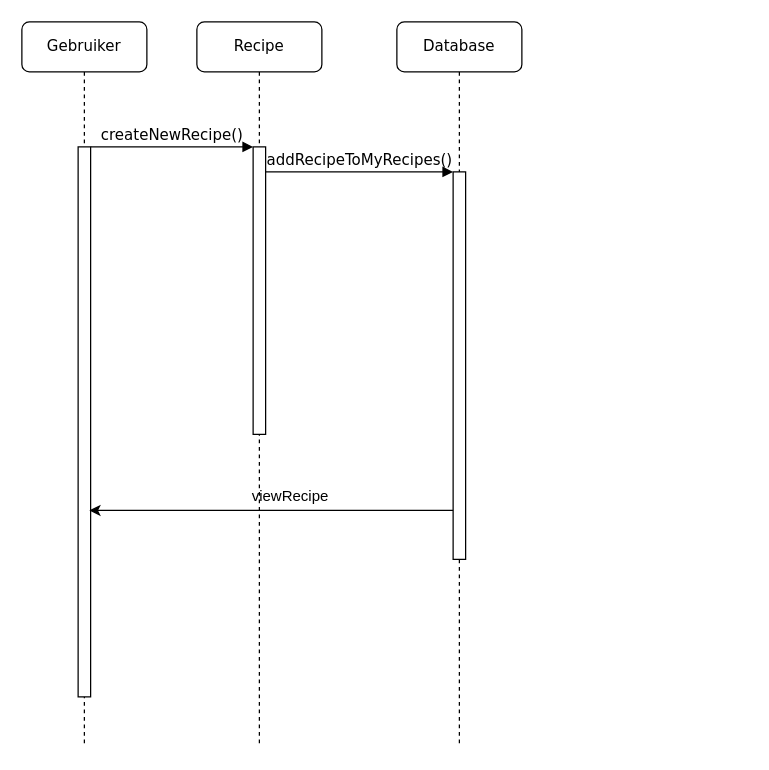
This is sequenc Diagram.drawio from levibroeksma/NOVI-FullStackEndAssignment, a draw.io file, before an edit. Source tidied: cells renumbered, new cells numbered last; positions are measured from the earlier drawing's top-left corner, leaving out a move shared by most shapes. Both pictures are drawn from the tidied source at 125%, with x=0, y=0 at pixel (21, 21).
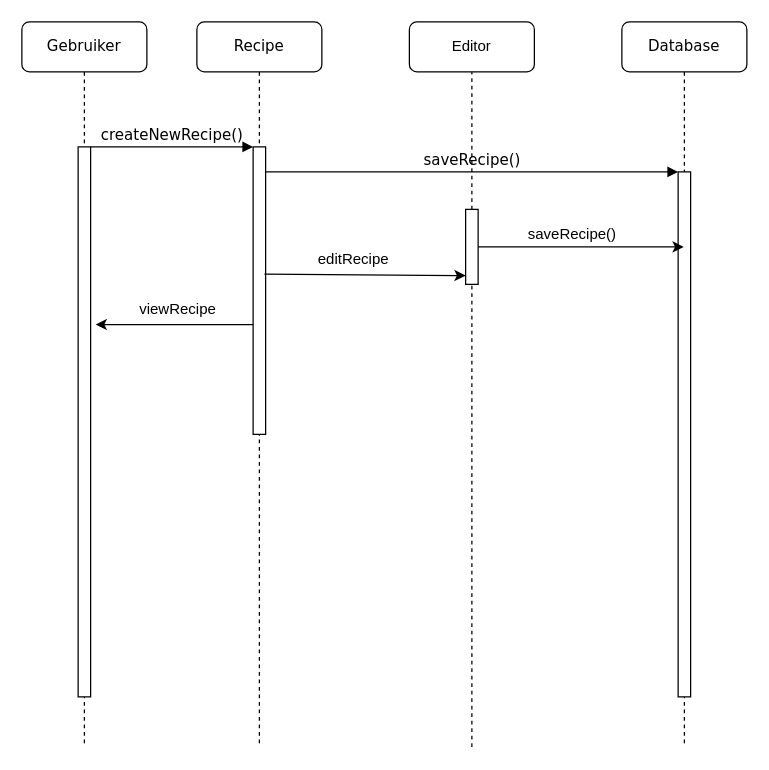
The same page after the edit.

Unchanged cells that the change refers to:
```xml
<mxCell id="3" style="html=1;points=[];perimeter=orthogonalPerimeter;rounded=0;shadow=0;comic=0;labelBackgroundColor=none;strokeWidth=1;fontFamily=Verdana;fontSize=12;align=center;" parent="2" vertex="1">
  <mxGeometry x="45" y="100" width="10" height="230" as="geometry" />
</mxCell>
<mxCell id="7" style="html=1;points=[];perimeter=orthogonalPerimeter;rounded=0;shadow=0;comic=0;labelBackgroundColor=none;strokeWidth=1;fontFamily=Verdana;fontSize=12;align=center;" parent="6" vertex="1">
  <mxGeometry x="45" y="100" width="10" height="440" as="geometry" />
</mxCell>
```

Diff of the diagram source:
```diff
@@
     <mxCell id="4" value="Database" style="shape=umlLifeline;perimeter=lifelinePerimeter;whiteSpace=wrap;html=1;outlineConnect=0;rounded=1;shadow=0;comic=0;labelBackgroundColor=none;strokeWidth=1;fontFamily=Verdana;fontSize=12;align=center;" parent="1" vertex="1">
-      <mxGeometry x="300" width="100" height="580" as="geometry" />
+      <mxGeometry x="480" width="100" height="580" as="geometry" />
     </mxCell>
     <mxCell id="5" style="html=1;points=[];perimeter=orthogonalPerimeter;rounded=0;shadow=0;comic=0;labelBackgroundColor=none;strokeWidth=1;fontFamily=Verdana;fontSize=12;align=center;" parent="4" vertex="1">
-      <mxGeometry x="45" y="120" width="10" height="310" as="geometry" />
+      <mxGeometry x="45" y="120" width="10" height="420" as="geometry" />
     </mxCell>
@@
-    <mxCell id="9" value="addRecipeToMyRecipes()" style="html=1;verticalAlign=bottom;endArrow=block;entryX=0;entryY=0;labelBackgroundColor=none;fontFamily=Verdana;fontSize=12;edgeStyle=elbowEdgeStyle;elbow=vertical;" parent="1" edge="1" source="3" target="5">
+    <mxCell id="9" value="saveRecipe()" style="html=1;verticalAlign=bottom;endArrow=block;entryX=0;entryY=0;labelBackgroundColor=none;fontFamily=Verdana;fontSize=12;edgeStyle=elbowEdgeStyle;elbow=vertical;" parent="1" edge="1" source="3" target="5">
       <mxGeometry relative="1" as="geometry" />
     </mxCell>
-    <mxCell id="10" style="endArrow=classic;html=1;entryX=0.9;entryY=0.661;entryDx=0;entryDy=0;entryPerimeter=0;" parent="1" edge="1" source="5" target="7">
+    <mxCell id="10" style="endArrow=classic;html=1;entryX=1.4;entryY=0.323;entryDx=0;entryDy=0;entryPerimeter=0;" parent="1" edge="1" source="3" target="7">
       <mxGeometry relative="1" as="geometry" />
     </mxCell>
     <mxCell id="11" value="viewRecipe&lt;br&gt;" style="text;html=1;strokeColor=none;fillColor=none;align=center;verticalAlign=middle;whiteSpace=wrap;rounded=0;" parent="1" vertex="1">
-      <mxGeometry x="170" y="370" width="90" height="20" as="geometry" />
+      <mxGeometry x="80" y="220" width="90" height="20" as="geometry" />
     </mxCell>
+    <mxCell id="12" style="endArrow=none;dashed=1;html=1;startArrow=none;" parent="1" edge="1" source="14">
+      <mxGeometry relative="1" as="geometry">
+        <mxPoint x="360" y="40" as="targetPoint" />
+      </mxGeometry>
+    </mxCell>
+    <mxCell id="13" value="Editor" style="rounded=1;whiteSpace=wrap;html=1;" parent="1" vertex="1">
+      <mxGeometry x="310" width="100" height="40" as="geometry" />
+    </mxCell>
+    <mxCell id="14" style="rounded=0;whiteSpace=wrap;html=1;" parent="1" vertex="1">
+      <mxGeometry x="355" y="150" width="10" height="60" as="geometry" />
+    </mxCell>
+    <mxCell id="15" style="endArrow=none;dashed=1;html=1;" parent="1" edge="1" target="14">
+      <mxGeometry relative="1" as="geometry">
+        <mxPoint x="360" y="580" as="sourcePoint" />
+      </mxGeometry>
+    </mxCell>
+    <mxCell id="16" style="endArrow=classic;html=1;exitX=1;exitY=0.5;exitDx=0;exitDy=0;" parent="1" edge="1" source="14" target="4">
+      <mxGeometry relative="1" as="geometry" />
+    </mxCell>
+    <mxCell id="17" style="endArrow=classic;html=1;exitX=0.9;exitY=0.443;exitDx=0;exitDy=0;exitPerimeter=0;entryX=0;entryY=0.883;entryDx=0;entryDy=0;entryPerimeter=0;" parent="1" edge="1" source="3" target="14">
+      <mxGeometry relative="1" as="geometry" />
+    </mxCell>
+    <mxCell id="18" value="editRecipe" style="text;html=1;align=center;verticalAlign=middle;strokeColor=none;" parent="1" vertex="1">
+      <mxGeometry x="230" y="180" width="70" height="20" as="geometry" />
+    </mxCell>
+    <mxCell id="19" value="saveRecipe()" style="text;html=1;align=center;verticalAlign=middle;strokeColor=none;" parent="1" vertex="1">
+      <mxGeometry x="395" y="160" width="90" height="20" as="geometry" />
+    </mxCell>
```
